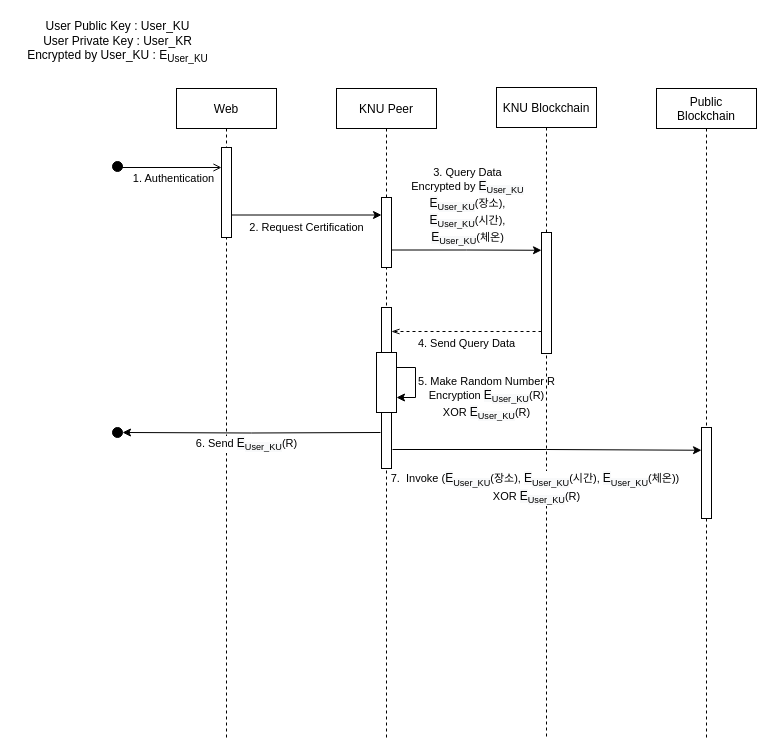
GunhyungKim/TrackingSystem keeps this draw.io diagram as page "query" (3 of 3) of Sequence Diagram.drawio. Above is the earlier version. Source tidied: cells renumbered, new cells numbered last; positions are measured from the earlier drawing's top-left corner, leaving out a move shared by most shapes. Both pictures are drawn from the tidied source at 100%, with x=0, y=0 at pixel (17, 17).
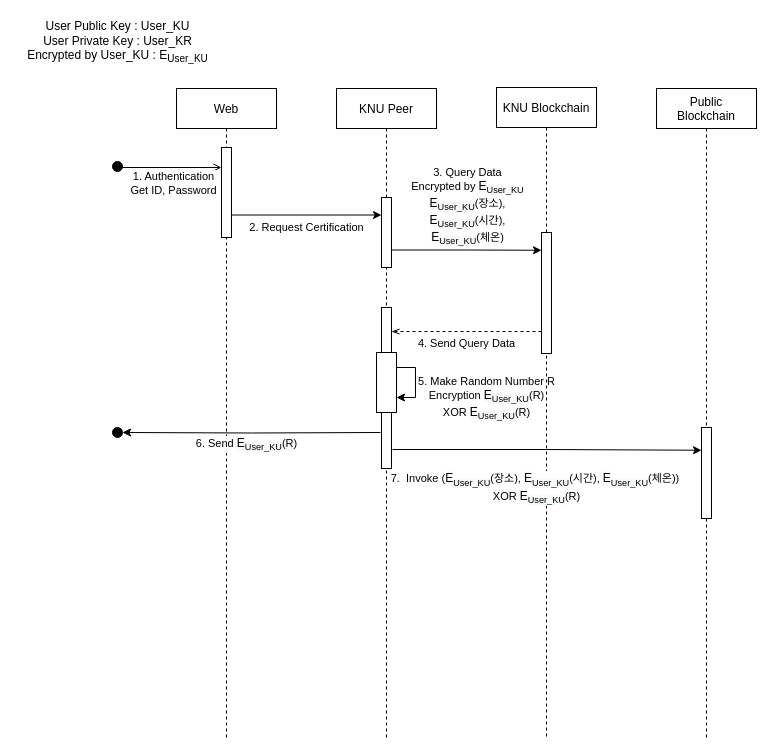
Above is the later version.

Unchanged cells that the change refers to:
```xml
<mxCell id="13" style="edgeStyle=orthogonalEdgeStyle;rounded=0;jettySize=auto;html=1;exitX=1;exitY=0.5;exitDx=0;exitDy=0;endArrow=open;endFill=0;entryX=-0.1;entryY=0.133;entryDx=0;entryDy=0;entryPerimeter=0;" parent="1" edge="1" source="12">
  <mxGeometry relative="1" as="geometry">
    <mxPoint x="204" y="150" as="targetPoint" />
    <Array as="points">
      <mxPoint x="105" y="150" />
    </Array>
  </mxGeometry>
</mxCell>
```

Diff of the diagram source:
```diff
@@
-    <mxCell id="14" value="1. Authentication" style="edgeLabel;html=1;align=center;verticalAlign=middle;" parent="13" vertex="1">
+    <mxCell id="14" value="1. Authentication&lt;br&gt;Get ID, Password" style="edgeLabel;html=1;align=center;verticalAlign=middle;" parent="13" vertex="1">
       <mxGeometry x="0.26" y="1" relative="1" as="geometry">
-        <mxPoint x="-12" y="11" as="offset" />
+        <mxPoint x="-12" y="16" as="offset" />
       </mxGeometry>
     </mxCell>
```
